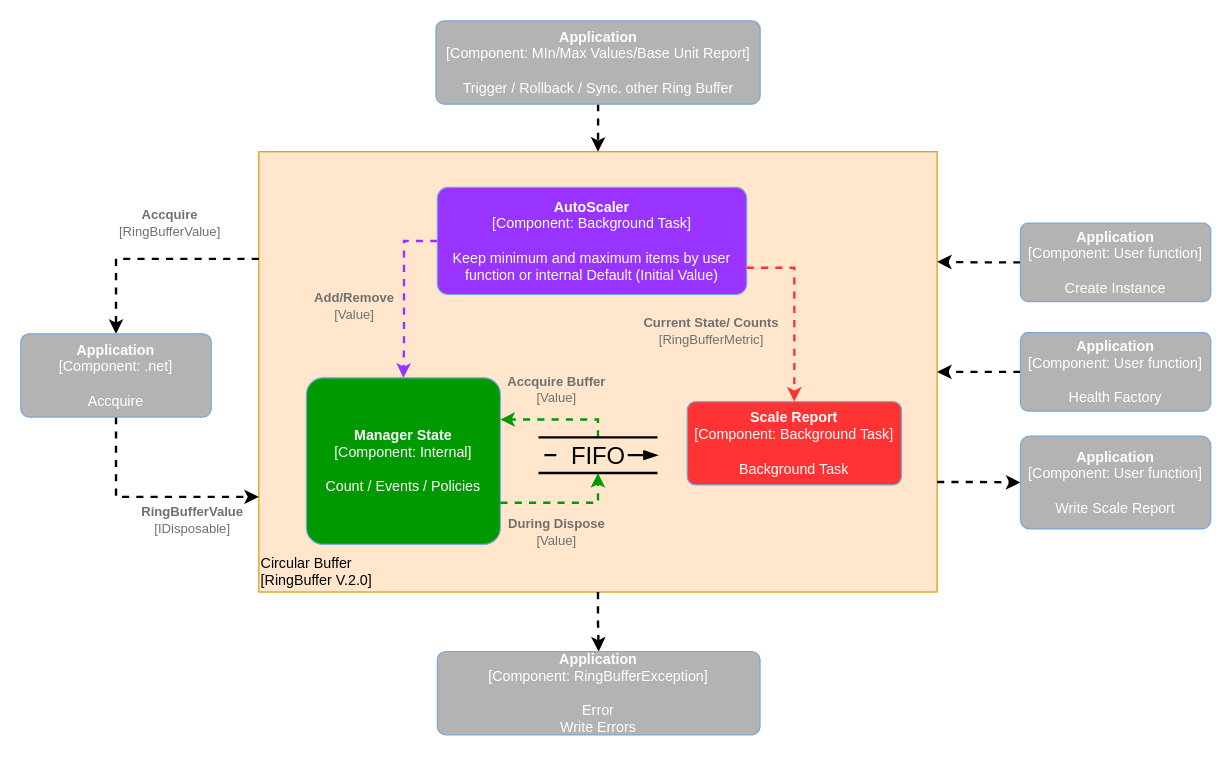
This is docs/RingBufferPlus.drawio from FRACerqueira/RingBufferPlus, a draw.io file, before an edit. Source tidied: cells renumbered, new cells numbered last; positions are measured from the earlier drawing's top-left corner, leaving out a move shared by most shapes. Both pictures are drawn from the tidied source at 119%, with x=0, y=0 at pixel (20, 20).
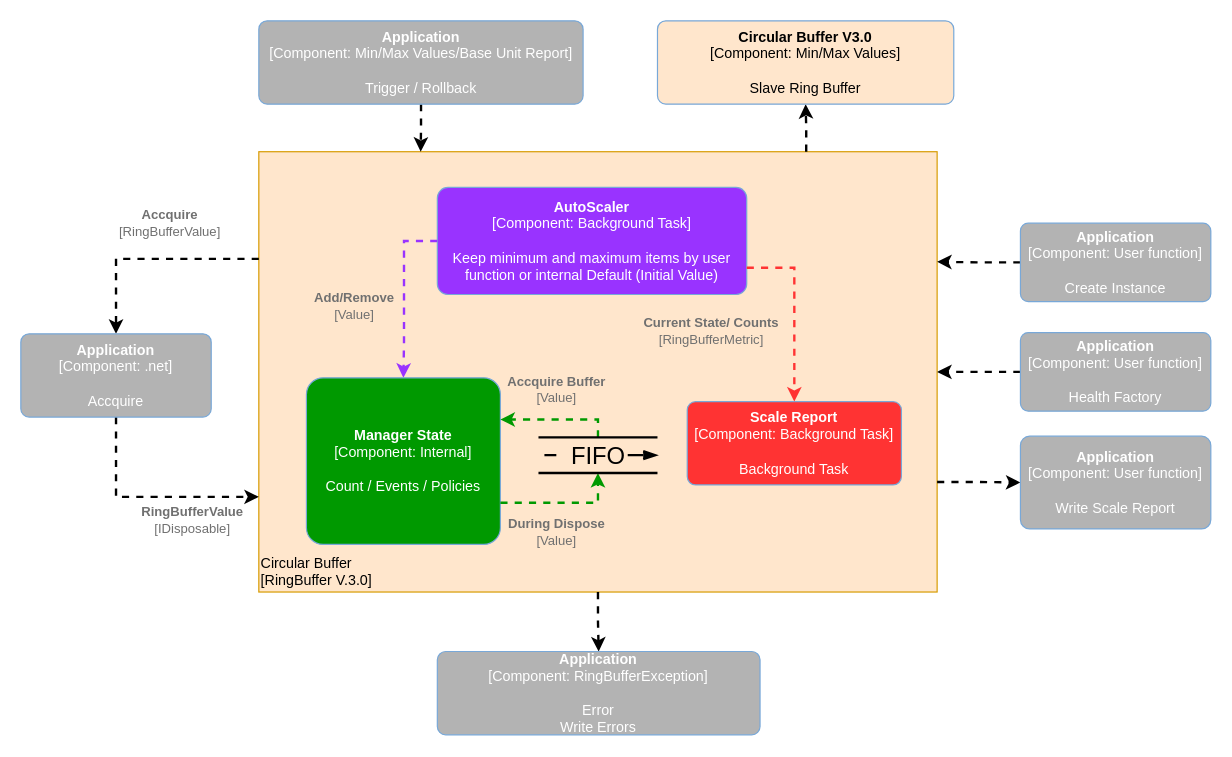
Above is the later version.

Commit message (it also covers changes not shown here):
Reviewed Image features

The edit, as a diff of the source:
```diff
@@
-    <object id="2" label="&lt;div style=&quot;text-align: left&quot;&gt;%c4Name%&lt;/div&gt;&lt;div style=&quot;text-align: left&quot;&gt;[%c4Application%]&lt;/div&gt;" c4Application="RingBuffer V.2.0" c4Name="Circular Buffer" placeholders="1">
-      <mxCell style="rounded=1;whiteSpace=wrap;html=1;labelBackgroundColor=none;fillColor=#ffe6cc;align=left;arcSize=0;strokeColor=#d79b00;verticalAlign=bottom;metaData={&quot;c4Type&quot;:{&quot;editable&quot;:false}};points=[[0.25,0,0],[0.5,0,0],[0.75,0,0],[1,0.25,0],[1,0.5,0],[1,0.75,0],[0.75,1,0],[0.5,1,0],[0.25,1,0],[0,0.75,0],[0,0.5,0],[0,0.25,0]];" parent="1" vertex="1">
+    <object id="2" label="&lt;div style=&quot;text-align: left&quot;&gt;%c4Name%&lt;/div&gt;&lt;div style=&quot;text-align: left&quot;&gt;[%c4Application%]&lt;/div&gt;" c4Application="RingBuffer V.3.0" c4Name="Circular Buffer" placeholders="1">
+      <mxCell style="rounded=1;whiteSpace=wrap;html=1;labelBackgroundColor=none;fillColor=#FFE6CC;align=left;arcSize=0;strokeColor=#d79b00;verticalAlign=bottom;metaData={&quot;c4Type&quot;:{&quot;editable&quot;:false}};points=[[0.25,0,0],[0.5,0,0],[0.75,0,0],[1,0.25,0],[1,0.5,0],[1,0.75,0],[0.75,1,0],[0.5,1,0],[0.25,1,0],[0,0.75,0],[0,0.5,0],[0,0.25,0]];" parent="1" vertex="1">
         <mxGeometry x="200" y="110" width="570" height="370" as="geometry" />
       </mxCell>
     </object>
@@
-    <mxCell id="19" style="edgeStyle=orthogonalEdgeStyle;rounded=0;jettySize=auto;html=1;labelBackgroundColor=none;strokeWidth=2;dashed=1;strokeColor=#000000;entryX=0.5;entryY=0;entryDx=0;entryDy=0;entryPerimeter=0;" parent="1" edge="1" source="20" target="2">
-      <mxGeometry relative="1" as="geometry" />
+    <mxCell id="19" style="edgeStyle=orthogonalEdgeStyle;rounded=0;jettySize=auto;html=1;labelBackgroundColor=none;strokeWidth=2;dashed=1;strokeColor=#000000;" parent="1" edge="1" source="20">
+      <mxGeometry relative="1" as="geometry">
+        <mxPoint x="336" y="110" as="targetPoint" />
+      </mxGeometry>
     </mxCell>
-    <object id="20" label="&lt;b&gt;%c4Name%&lt;/b&gt;&lt;div&gt;[%c4Type%: %c4Technology%]&lt;/div&gt;&lt;br&gt;&lt;div&gt;%c4Description%&lt;/div&gt;" c4Description="Trigger / Rollback / Sync. other Ring Buffer" c4Name="Application" c4Technology="MIn/Max Values/Base Unit Report" c4Type="Component" placeholders="1">
+    <object id="20" label="&lt;b&gt;%c4Name%&lt;/b&gt;&lt;div&gt;[%c4Type%: %c4Technology%]&lt;/div&gt;&lt;br&gt;&lt;div&gt;%c4Description%&lt;/div&gt;" c4Description="Trigger / Rollback" c4Name="Application" c4Technology="Min/Max Values/Base Unit Report" c4Type="Component" placeholders="1">
       <mxCell style="rounded=1;whiteSpace=wrap;html=1;labelBackgroundColor=none;fillColor=#B3B3B3;fontColor=#ffffff;align=center;arcSize=10;strokeColor=#78A8D8;metaData={&quot;c4Type&quot;:{&quot;editable&quot;:false}};points=[[0.25,0,0],[0.5,0,0],[0.75,0,0],[1,0.25,0],[1,0.5,0],[1,0.75,0],[0.75,1,0],[0.5,1,0],[0.25,1,0],[0,0.75,0],[0,0.5,0],[0,0.25,0]];" parent="1" vertex="1">
-        <mxGeometry x="348.8" width="272.5" height="70" as="geometry" />
+        <mxGeometry x="200" width="272.5" height="70" as="geometry" />
       </mxCell>
     </object>
@@
+    <mxCell id="24" style="edgeStyle=orthogonalEdgeStyle;rounded=0;jettySize=auto;html=1;strokeWidth=2;dashed=1;exitX=0.807;exitY=0;exitDx=0;exitDy=0;exitPerimeter=0;" parent="1" edge="1" source="2" target="25">
+      <mxGeometry relative="1" as="geometry" />
+    </mxCell>
+    <object id="25" label="&lt;b&gt;%c4Name%&lt;/b&gt;&lt;div&gt;[%c4Type%: %c4Technology%]&lt;/div&gt;&lt;br&gt;&lt;div&gt;%c4Description%&lt;/div&gt;" c4Description="Slave Ring Buffer" c4Name="Circular Buffer V3.0" c4Technology="Min/Max Values" c4Type="Component" placeholders="1">
+      <mxCell style="rounded=1;whiteSpace=wrap;html=1;labelBackgroundColor=none;fillColor=#FFE6CC;fontColor=#000000;align=center;arcSize=10;strokeColor=#78A8D8;metaData={&quot;c4Type&quot;:{&quot;editable&quot;:false}};points=[[0.25,0,0],[0.5,0,0],[0.75,0,0],[1,0.25,0],[1,0.5,0],[1,0.75,0],[0.75,1,0],[0.5,1,0],[0.25,1,0],[0,0.75,0],[0,0.5,0],[0,0.25,0]];" parent="1" vertex="1">
+        <mxGeometry x="535" width="249" height="70" as="geometry" />
+      </mxCell>
+    </object>
```
